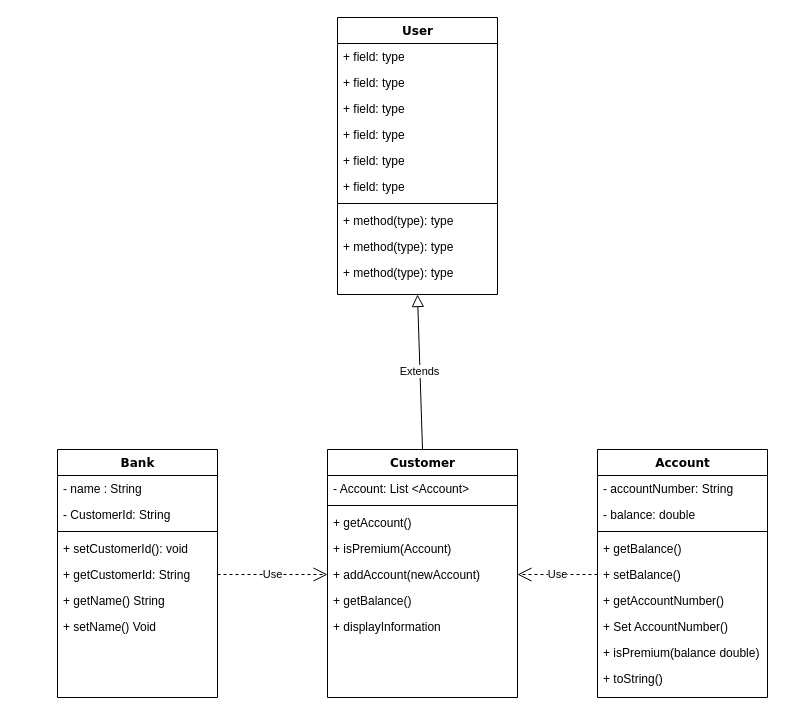
NvTra/class-assment keeps this draw.io diagram as Biểu đồ không có tiêu đề.drawio. Above is the earlier version. Source tidied: cells renumbered, new cells numbered last; positions are measured from the earlier drawing's top-left corner, leaving out a move shared by most shapes. Both pictures are drawn from the tidied source at 100%, with x=0, y=0 at pixel (57, 17).
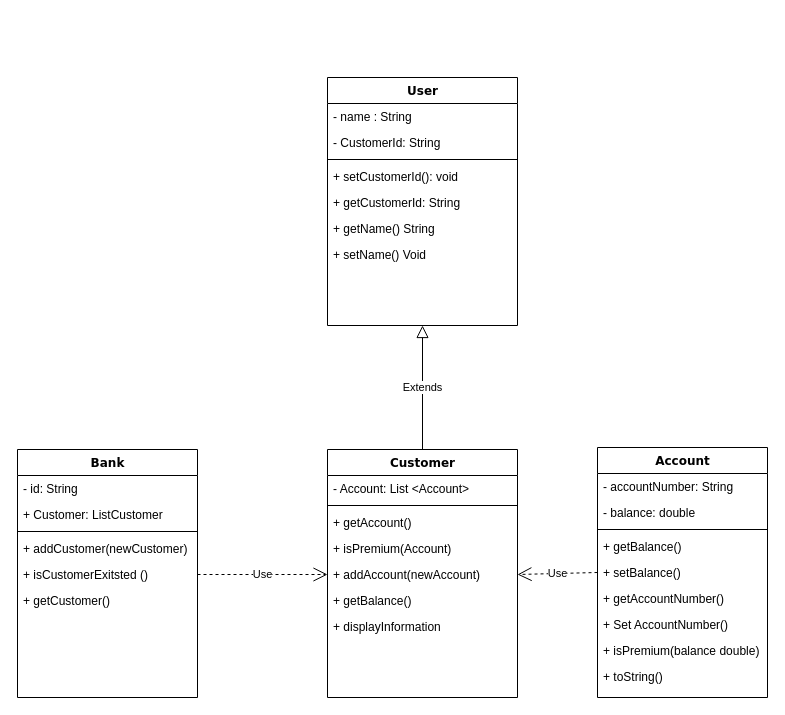
After the change.

Commit message:
Cập nhật Biểu đồ không có tiêu đề.drawio

The change refers to these unchanged cells:
```xml
<mxCell id="21" value="Customer" style="swimlane;html=1;fontStyle=1;align=center;verticalAlign=top;horizontal=1;startSize=26;swimlaneFillColor=#ffffff;rounded=0;shadow=0;comic=0;labelBackgroundColor=none;strokeWidth=1;fillColor=none;fontFamily=Verdana;fontSize=12;" parent="1" vertex="1">
  <mxGeometry x="270" y="432" width="190" height="248" as="geometry" />
</mxCell>
<mxCell id="26" value="+ addAccount(newAccount)" style="text;html=1;strokeColor=none;fillColor=none;align=left;verticalAlign=top;spacingLeft=4;spacingRight=4;whiteSpace=wrap;overflow=hidden;points=[[0,0.5],[1,0.5]];portConstraint=eastwest;" parent="21" vertex="1">
  <mxGeometry y="112" width="190" height="26" as="geometry" />
</mxCell>
```

The edit, as a diff of the source:
```diff
@@
-    <mxCell id="2" value="User" style="swimlane;html=1;fontStyle=1;align=center;verticalAlign=top;horizontal=1;startSize=26;swimlaneFillColor=#ffffff;rounded=0;shadow=0;comic=0;labelBackgroundColor=none;strokeWidth=1;fillColor=none;fontFamily=Verdana;fontSize=12;" parent="1" vertex="1">
-      <mxGeometry x="280" width="160" height="277" as="geometry" />
+    <mxCell id="2" value="Bank" style="swimlane;html=1;fontStyle=1;align=center;verticalAlign=top;horizontal=1;startSize=26;swimlaneFillColor=#ffffff;rounded=0;shadow=0;comic=0;labelBackgroundColor=none;strokeWidth=1;fillColor=none;fontFamily=Verdana;fontSize=12;" parent="1" vertex="1">
+      <mxGeometry x="-40" y="432" width="180" height="248" as="geometry" />
     </mxCell>
-    <mxCell id="3" value="+ field: type" style="text;html=1;strokeColor=none;fillColor=none;align=left;verticalAlign=top;spacingLeft=4;spacingRight=4;whiteSpace=wrap;overflow=hidden;" parent="2" vertex="1">
-      <mxGeometry y="26" width="160" height="26" as="geometry" />
+    <mxCell id="3" value="- id: String" style="text;html=1;strokeColor=none;fillColor=none;align=left;verticalAlign=top;spacingLeft=4;spacingRight=4;whiteSpace=wrap;overflow=hidden;" parent="2" vertex="1">
+      <mxGeometry y="26" width="180" height="26" as="geometry" />
     </mxCell>
-    <mxCell id="4" value="+ field: type" style="text;html=1;strokeColor=none;fillColor=none;align=left;verticalAlign=top;spacingLeft=4;spacingRight=4;whiteSpace=wrap;overflow=hidden;" parent="2" vertex="1">
-      <mxGeometry y="52" width="160" height="26" as="geometry" />
+    <mxCell id="4" value="+ Customer: ListCustomer" style="text;html=1;strokeColor=none;fillColor=none;align=left;verticalAlign=top;spacingLeft=4;spacingRight=4;whiteSpace=wrap;overflow=hidden;" parent="2" vertex="1">
+      <mxGeometry y="52" width="180" height="26" as="geometry" />
     </mxCell>
-    <mxCell id="5" value="+ field: type" style="text;html=1;strokeColor=none;fillColor=none;align=left;verticalAlign=top;spacingLeft=4;spacingRight=4;whiteSpace=wrap;overflow=hidden;" parent="2" vertex="1">
-      <mxGeometry y="78" width="160" height="26" as="geometry" />
-    </mxCell>
-    <mxCell id="6" value="+ field: type" style="text;html=1;strokeColor=none;fillColor=none;align=left;verticalAlign=top;spacingLeft=4;spacingRight=4;whiteSpace=wrap;overflow=hidden;" parent="2" vertex="1">
-      <mxGeometry y="104" width="160" height="26" as="geometry" />
-    </mxCell>
-    <mxCell id="7" value="+ field: type" style="text;html=1;strokeColor=none;fillColor=none;align=left;verticalAlign=top;spacingLeft=4;spacingRight=4;whiteSpace=wrap;overflow=hidden;" parent="2" vertex="1">
-      <mxGeometry y="130" width="160" height="26" as="geometry" />
-    </mxCell>
-    <mxCell id="8" value="+ field: type" style="text;html=1;strokeColor=none;fillColor=none;align=left;verticalAlign=top;spacingLeft=4;spacingRight=4;whiteSpace=wrap;overflow=hidden;" parent="2" vertex="1">
-      <mxGeometry y="156" width="160" height="26" as="geometry" />
-    </mxCell>
     <mxCell id="9" style="line;html=1;strokeWidth=1;fillColor=none;align=left;verticalAlign=middle;spacingTop=-1;spacingLeft=3;spacingRight=3;labelPosition=right;" parent="2" vertex="1">
-      <mxGeometry y="182" width="160" height="8" as="geometry" />
+      <mxGeometry y="78" width="180" height="8" as="geometry" />
     </mxCell>
-    <mxCell id="10" value="+ method(type): type" style="text;html=1;strokeColor=none;fillColor=none;align=left;verticalAlign=top;spacingLeft=4;spacingRight=4;whiteSpace=wrap;overflow=hidden;" parent="2" vertex="1">
-      <mxGeometry y="190" width="160" height="26" as="geometry" />
+    <mxCell id="10" value="+ addCustomer(newCustomer)" style="text;html=1;strokeColor=none;fillColor=none;align=left;verticalAlign=top;spacingLeft=4;spacingRight=4;whiteSpace=wrap;overflow=hidden;" parent="2" vertex="1">
+      <mxGeometry y="86" width="180" height="26" as="geometry" />
     </mxCell>
-    <mxCell id="11" value="+ method(type): type" style="text;html=1;strokeColor=none;fillColor=none;align=left;verticalAlign=top;spacingLeft=4;spacingRight=4;whiteSpace=wrap;overflow=hidden;points=[[0,0.5],[1,0.5]];portConstraint=eastwest;" parent="2" vertex="1">
-      <mxGeometry y="216" width="160" height="26" as="geometry" />
+    <mxCell id="11" value="+ isCustomerExitsted ()" style="text;html=1;strokeColor=none;fillColor=none;align=left;verticalAlign=top;spacingLeft=4;spacingRight=4;whiteSpace=wrap;overflow=hidden;points=[[0,0.5],[1,0.5]];portConstraint=eastwest;" parent="2" vertex="1">
+      <mxGeometry y="112" width="180" height="26" as="geometry" />
     </mxCell>
-    <mxCell id="12" value="+ method(type): type" style="text;html=1;strokeColor=none;fillColor=none;align=left;verticalAlign=top;spacingLeft=4;spacingRight=4;whiteSpace=wrap;overflow=hidden;" parent="2" vertex="1">
-      <mxGeometry y="242" width="160" height="26" as="geometry" />
+    <mxCell id="12" value="+ getCustomer()" style="text;html=1;strokeColor=none;fillColor=none;align=left;verticalAlign=top;spacingLeft=4;spacingRight=4;whiteSpace=wrap;overflow=hidden;" parent="2" vertex="1">
+      <mxGeometry y="138" width="180" height="26" as="geometry" />
     </mxCell>
-    <mxCell id="13" value="Bank" style="swimlane;html=1;fontStyle=1;align=center;verticalAlign=top;horizontal=1;startSize=26;swimlaneFillColor=#ffffff;rounded=0;shadow=0;comic=0;labelBackgroundColor=none;strokeWidth=1;fillColor=none;fontFamily=Verdana;fontSize=12;" parent="1" vertex="1">
-      <mxGeometry y="432" width="160" height="248" as="geometry" />
+    <mxCell id="13" value="User" style="swimlane;html=1;fontStyle=1;align=center;verticalAlign=top;horizontal=1;startSize=26;swimlaneFillColor=#ffffff;rounded=0;shadow=0;comic=0;labelBackgroundColor=none;strokeWidth=1;fillColor=none;fontFamily=Verdana;fontSize=12;" parent="1" vertex="1">
+      <mxGeometry x="270" y="60" width="190" height="248" as="geometry" />
     </mxCell>
     <mxCell id="14" value="- name : String" style="text;html=1;strokeColor=none;fillColor=none;align=left;verticalAlign=top;spacingLeft=4;spacingRight=4;whiteSpace=wrap;overflow=hidden;" parent="13" vertex="1">
-      <mxGeometry y="26" width="160" height="26" as="geometry" />
+      <mxGeometry y="26" width="190" height="26" as="geometry" />
     </mxCell>
     <mxCell id="15" value="- CustomerId: String" style="text;html=1;strokeColor=none;fillColor=none;align=left;verticalAlign=top;spacingLeft=4;spacingRight=4;whiteSpace=wrap;overflow=hidden;" parent="13" vertex="1">
-      <mxGeometry y="52" width="160" height="26" as="geometry" />
+      <mxGeometry y="52" width="190" height="26" as="geometry" />
     </mxCell>
     <mxCell id="16" style="line;html=1;strokeWidth=1;fillColor=none;align=left;verticalAlign=middle;spacingTop=-1;spacingLeft=3;spacingRight=3;labelPosition=right;" parent="13" vertex="1">
-      <mxGeometry y="78" width="160" height="8" as="geometry" />
+      <mxGeometry y="78" width="190" height="8" as="geometry" />
     </mxCell>
     <mxCell id="17" value="+ setCustomerId(): void" style="text;html=1;strokeColor=none;fillColor=none;align=left;verticalAlign=top;spacingLeft=4;spacingRight=4;whiteSpace=wrap;overflow=hidden;" parent="13" vertex="1">
-      <mxGeometry y="86" width="160" height="26" as="geometry" />
+      <mxGeometry y="86" width="190" height="26" as="geometry" />
     </mxCell>
     <mxCell id="18" value="+ getCustomerId: String" style="text;html=1;strokeColor=none;fillColor=none;align=left;verticalAlign=top;spacingLeft=4;spacingRight=4;whiteSpace=wrap;overflow=hidden;points=[[0,0.5],[1,0.5]];portConstraint=eastwest;" parent="13" vertex="1">
-      <mxGeometry y="112" width="160" height="26" as="geometry" />
+      <mxGeometry y="112" width="190" height="26" as="geometry" />
     </mxCell>
     <mxCell id="19" value="+ getName() String" style="text;html=1;strokeColor=none;fillColor=none;align=left;verticalAlign=top;spacingLeft=4;spacingRight=4;whiteSpace=wrap;overflow=hidden;" parent="13" vertex="1">
-      <mxGeometry y="138" width="160" height="26" as="geometry" />
+      <mxGeometry y="138" width="190" height="26" as="geometry" />
     </mxCell>
     <mxCell id="20" value="+ setName() Void" style="text;strokeColor=none;fillColor=none;align=left;verticalAlign=top;spacingLeft=4;spacingRight=4;overflow=hidden;whiteSpace=wrap;html=1;" parent="13" vertex="1">
-      <mxGeometry y="164" width="160" height="26" as="geometry" />
+      <mxGeometry y="164" width="190" height="26" as="geometry" />
     </mxCell>
@@
     <mxCell id="29" value="Account" style="swimlane;html=1;fontStyle=1;align=center;verticalAlign=top;horizontal=1;startSize=26;swimlaneFillColor=#ffffff;rounded=0;shadow=0;comic=0;labelBackgroundColor=none;strokeWidth=1;fillColor=none;fontFamily=Verdana;fontSize=12;" parent="1" vertex="1">
-      <mxGeometry x="540" y="432" width="170" height="248" as="geometry" />
+      <mxGeometry x="540" y="430" width="170" height="250" as="geometry" />
     </mxCell>
@@
-    <mxCell id="39" value="Use" style="endArrow=open;endSize=12;dashed=1;html=1;rounded=0;exitX=1;exitY=0.5;exitDx=0;exitDy=0;entryX=0;entryY=0.5;entryDx=0;entryDy=0;" parent="1" edge="1" source="18" target="26">
+    <mxCell id="39" value="Use" style="endArrow=open;endSize=12;dashed=1;html=1;rounded=0;exitX=1;exitY=0.5;exitDx=0;exitDy=0;entryX=0;entryY=0.5;entryDx=0;entryDy=0;" parent="1" edge="1" source="11" target="26">
       <mxGeometry relative="1" as="geometry" />
     </mxCell>
@@
-    <mxCell id="41" value="Extends" style="endArrow=block;endSize=10;endFill=0;html=1;rounded=0;exitX=0.5;exitY=0;exitDx=0;exitDy=0;entryX=0.5;entryY=1;entryDx=0;entryDy=0;" parent="1" edge="1" source="21" target="2">
+    <mxCell id="41" value="Extends" style="endArrow=block;endSize=10;endFill=0;html=1;rounded=0;exitX=0.5;exitY=0;exitDx=0;exitDy=0;entryX=0.5;entryY=1;entryDx=0;entryDy=0;" parent="1" edge="1" source="21" target="13">
       <mxGeometry relative="1" as="geometry" />
     </mxCell>
```
